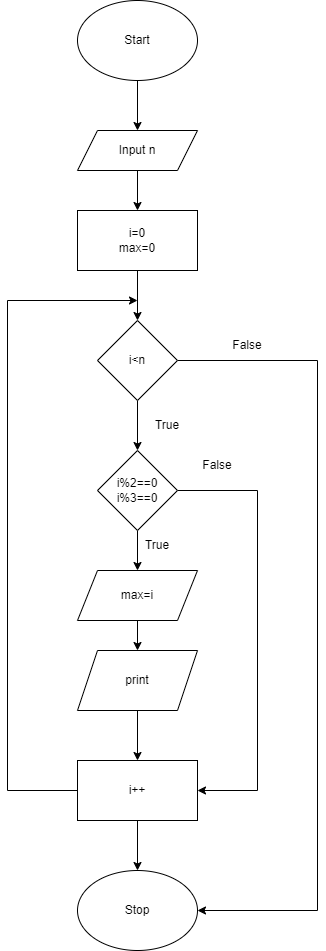
The draw.io diagram Assignment2/flowchart/bai2.png in NXTuan97/T2204-LBEP, before a commit. Source tidied: cells renumbered, new cells last; positions are measured from the earlier drawing's top-left corner, leaving out a move shared by most shapes.
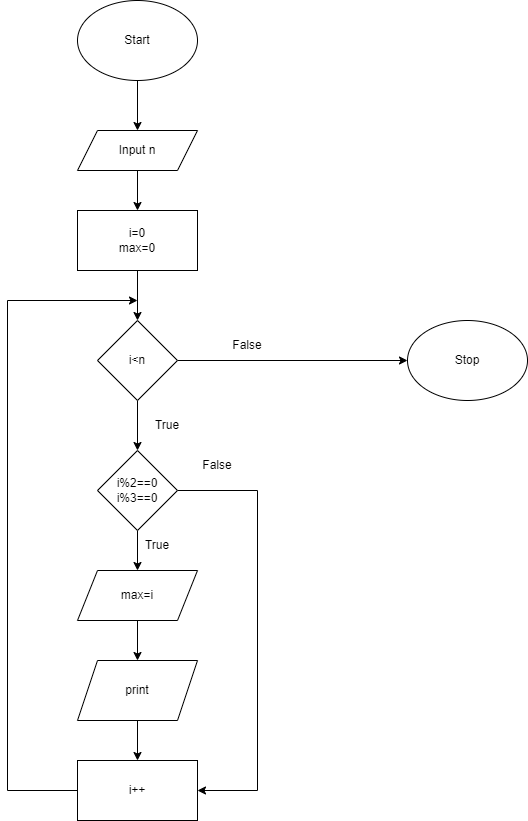
The same diagram one commit later.

What changed in the source:
```diff
@@ -27,7 +27,7 @@
       <mxGeometry x="70" y="210" width="120" height="60" as="geometry" />
     </mxCell>
     <mxCell id="8" value="Stop" style="ellipse;whiteSpace=wrap;html=1;" parent="1" vertex="1">
-      <mxGeometry x="70" y="870" width="120" height="80" as="geometry" />
+      <mxGeometry x="400" y="320" width="120" height="80" as="geometry" />
     </mxCell>
     <mxCell id="9" style="edgeStyle=orthogonalEdgeStyle;rounded=0;jettySize=auto;html=1;" parent="1" edge="1" source="11">
       <mxGeometry relative="1" as="geometry">
@@ -50,30 +50,22 @@
         <mxPoint x="130" y="450" as="targetPoint" />
       </mxGeometry>
     </mxCell>
-    <mxCell id="13" style="edgeStyle=orthogonalEdgeStyle;rounded=0;jettySize=auto;html=1;entryX=1;entryY=0.5;entryDx=0;entryDy=0;" parent="1" edge="1" source="14" target="8">
-      <mxGeometry relative="1" as="geometry">
-        <Array as="points">
-          <mxPoint x="310" y="360" />
-          <mxPoint x="310" y="910" />
-        </Array>
-      </mxGeometry>
-    </mxCell>
+    <mxCell id="26" style="edgeStyle=orthogonalEdgeStyle;rounded=0;jettySize=auto;html=1;" parent="1" edge="1" source="14">
+      <mxGeometry relative="1" as="geometry">
+        <mxPoint x="400" y="360" as="targetPoint" />
+      </mxGeometry>
+    </mxCell>
     <mxCell id="14" value="i&amp;lt;n" style="rhombus;whiteSpace=wrap;html=1;" parent="1" vertex="1">
       <mxGeometry x="90" y="320" width="80" height="80" as="geometry" />
     </mxCell>
-    <mxCell id="15" style="edgeStyle=orthogonalEdgeStyle;rounded=0;jettySize=auto;html=1;" parent="1" edge="1" source="16">
-      <mxGeometry relative="1" as="geometry">
-        <mxPoint x="130" y="650" as="targetPoint" />
-      </mxGeometry>
-    </mxCell>
+    <mxCell id="27" style="edgeStyle=orthogonalEdgeStyle;rounded=0;jettySize=auto;html=1;" parent="1" edge="1" source="16">
+      <mxGeometry relative="1" as="geometry">
+        <mxPoint x="130" y="660" as="targetPoint" />
+      </mxGeometry>
+    </mxCell>
     <mxCell id="16" value="max=i" style="shape=parallelogram;perimeter=parallelogramPerimeter;whiteSpace=wrap;html=1;fixedSize=1;" parent="1" vertex="1">
       <mxGeometry x="70" y="570" width="120" height="50" as="geometry" />
     </mxCell>
-    <mxCell id="17" style="edgeStyle=orthogonalEdgeStyle;rounded=0;jettySize=auto;html=1;" parent="1" edge="1" source="19">
-      <mxGeometry relative="1" as="geometry">
-        <mxPoint x="130" y="870" as="targetPoint" />
-      </mxGeometry>
-    </mxCell>
     <mxCell id="18" style="edgeStyle=orthogonalEdgeStyle;rounded=0;jettySize=auto;html=1;" parent="1" edge="1" source="19">
       <mxGeometry relative="1" as="geometry">
         <mxPoint x="130" y="300" as="targetPoint" />
@@ -86,13 +78,11 @@
     <mxCell id="19" value="i++" style="rounded=0;whiteSpace=wrap;html=1;" parent="1" vertex="1">
       <mxGeometry x="70" y="760" width="120" height="60" as="geometry" />
     </mxCell>
-    <mxCell id="20" style="edgeStyle=orthogonalEdgeStyle;rounded=0;jettySize=auto;html=1;" parent="1" edge="1" source="21">
-      <mxGeometry relative="1" as="geometry">
-        <mxPoint x="130" y="760" as="targetPoint" />
-      </mxGeometry>
-    </mxCell>
+    <mxCell id="28" style="edgeStyle=orthogonalEdgeStyle;rounded=0;jettySize=auto;html=1;entryX=0.5;entryY=0;entryDx=0;entryDy=0;" parent="1" edge="1" source="21" target="19">
+      <mxGeometry relative="1" as="geometry" />
+    </mxCell>
     <mxCell id="21" value="print" style="shape=parallelogram;perimeter=parallelogramPerimeter;whiteSpace=wrap;html=1;fixedSize=1;" parent="1" vertex="1">
-      <mxGeometry x="70" y="650" width="120" height="60" as="geometry" />
+      <mxGeometry x="70" y="660" width="120" height="60" as="geometry" />
     </mxCell>
     <mxCell id="22" value="True" style="text;html=1;strokeColor=none;fillColor=none;align=center;verticalAlign=middle;whiteSpace=wrap;rounded=0;" parent="1" vertex="1">
       <mxGeometry x="130" y="410" width="60" height="30" as="geometry" />
```
